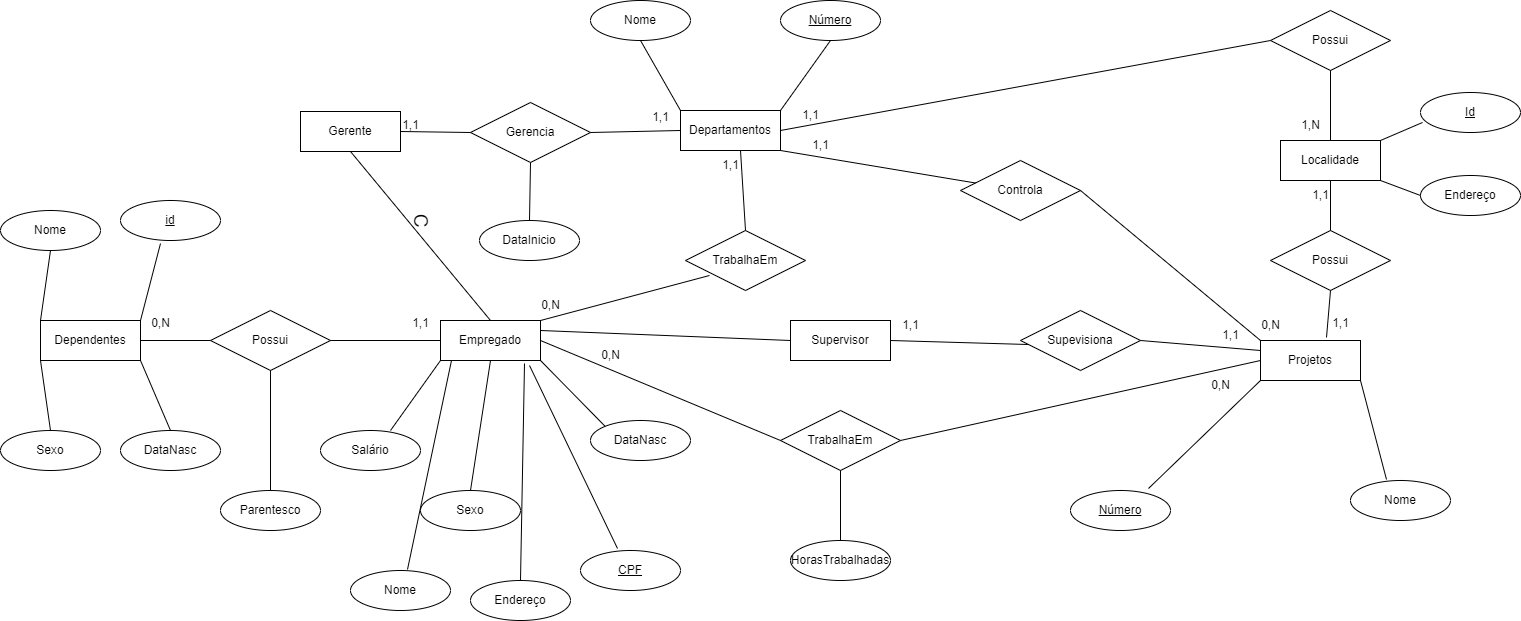
The draw.io diagram ativ-Company-BD01.drawio.png in mateusfaissal/modelagens-BD, before a commit. Source tidied: cells renumbered, new cells last; positions are measured from the earlier drawing's top-left corner, leaving out a move shared by most shapes.
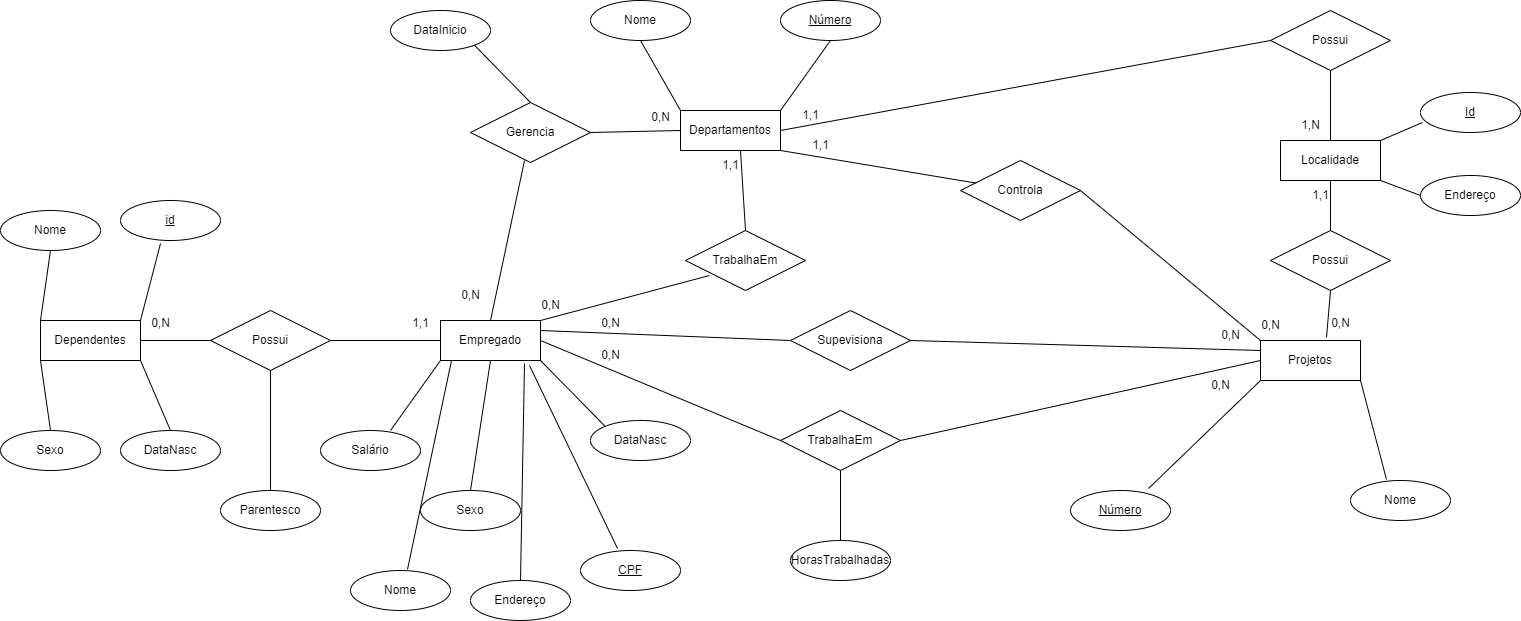
The same diagram one commit later.

What changed in the source:
```diff
@@ -152,23 +152,17 @@
     <mxCell id="49" value="Gerencia" style="shape=rhombus;perimeter=rhombusPerimeter;whiteSpace=wrap;html=1;align=center;" parent="1" vertex="1">
       <mxGeometry x="470" y="102" width="120" height="60" as="geometry" />
     </mxCell>
-    <mxCell id="50" value="Gerente" style="whiteSpace=wrap;html=1;align=center;" parent="1" vertex="1">
-      <mxGeometry x="300" y="111" width="100" height="40" as="geometry" />
-    </mxCell>
-    <mxCell id="51" style="endArrow=none;html=1;rounded=0;exitX=0.5;exitY=1;exitDx=0;exitDy=0;entryX=0.5;entryY=0;entryDx=0;entryDy=0;" parent="1" edge="1" source="50" target="7">
+    <mxCell id="51" style="endArrow=none;html=1;rounded=0;exitX=0.45;exitY=0.967;exitDx=0;exitDy=0;entryX=0.5;entryY=0;entryDx=0;entryDy=0;exitPerimeter=0;" parent="1" edge="1" source="49" target="7">
       <mxGeometry relative="1" as="geometry" />
     </mxCell>
-    <mxCell id="52" style="endArrow=none;html=1;rounded=0;exitX=1;exitY=0.5;exitDx=0;exitDy=0;entryX=0;entryY=0.5;entryDx=0;entryDy=0;" parent="1" edge="1" source="50" target="49">
-      <mxGeometry relative="1" as="geometry" />
-    </mxCell>
     <mxCell id="53" style="endArrow=none;html=1;rounded=0;exitX=1;exitY=0.5;exitDx=0;exitDy=0;entryX=0;entryY=0.5;entryDx=0;entryDy=0;" parent="1" edge="1" source="49" target="21">
       <mxGeometry relative="1" as="geometry" />
     </mxCell>
-    <mxCell id="54" style="endArrow=none;html=1;rounded=0;entryX=0.5;entryY=1;entryDx=0;entryDy=0;exitX=0.5;exitY=0;exitDx=0;exitDy=0;" parent="1" edge="1" source="55" target="49">
+    <mxCell id="54" style="endArrow=none;html=1;rounded=0;entryX=0.5;entryY=0;entryDx=0;entryDy=0;exitX=0.5;exitY=0;exitDx=0;exitDy=0;" parent="1" edge="1" source="55" target="49">
       <mxGeometry relative="1" as="geometry" />
     </mxCell>
     <mxCell id="55" value="DataInicio" style="ellipse;whiteSpace=wrap;html=1;align=center;" parent="1" vertex="1">
-      <mxGeometry x="479" y="220" width="100" height="40" as="geometry" />
+      <mxGeometry x="390" y="10" width="100" height="40" as="geometry" />
     </mxCell>
     <mxCell id="56" value="Controla" style="shape=rhombus;perimeter=rhombusPerimeter;whiteSpace=wrap;html=1;align=center;" parent="1" vertex="1">
       <mxGeometry x="960" y="160" width="120" height="60" as="geometry" />
@@ -203,27 +197,26 @@
     <mxCell id="66" style="endArrow=none;html=1;rounded=0;exitX=0.6;exitY=1;exitDx=0;exitDy=0;entryX=0.5;entryY=0;entryDx=0;entryDy=0;exitPerimeter=0;" parent="1" edge="1" source="21" target="64">
       <mxGeometry relative="1" as="geometry" />
     </mxCell>
-    <mxCell id="67" value="Supervisor" style="whiteSpace=wrap;html=1;align=center;" parent="1" vertex="1">
-      <mxGeometry x="790" y="320" width="100" height="40" as="geometry" />
-    </mxCell>
-    <mxCell id="68" style="endArrow=none;html=1;rounded=0;exitX=0;exitY=0.5;exitDx=0;exitDy=0;entryX=1;entryY=0.25;entryDx=0;entryDy=0;" parent="1" edge="1" source="67" target="7">
-      <mxGeometry relative="1" as="geometry" />
+    <mxCell id="68" style="endArrow=none;html=1;rounded=0;exitX=0;exitY=0.5;exitDx=0;exitDy=0;entryX=1;entryY=0.25;entryDx=0;entryDy=0;" parent="1" edge="1" target="7">
+      <mxGeometry relative="1" as="geometry">
+        <mxPoint x="790" y="340" as="sourcePoint" />
+      </mxGeometry>
     </mxCell>
-    <mxCell id="69" style="endArrow=none;html=1;rounded=0;exitX=1;exitY=0.5;exitDx=0;exitDy=0;entryX=0.067;entryY=0.567;entryDx=0;entryDy=0;entryPerimeter=0;" parent="1" edge="1" source="67" target="70">
-      <mxGeometry relative="1" as="geometry" />
+    <mxCell id="69" style="endArrow=none;html=1;rounded=0;exitX=1;exitY=0.5;exitDx=0;exitDy=0;entryX=0.067;entryY=0.567;entryDx=0;entryDy=0;entryPerimeter=0;" parent="1" edge="1" target="70">
+      <mxGeometry relative="1" as="geometry">
+        <mxPoint x="890" y="340" as="sourcePoint" />
+      </mxGeometry>
     </mxCell>
     <mxCell id="70" value="Supevisiona" style="shape=rhombus;perimeter=rhombusPerimeter;whiteSpace=wrap;html=1;align=center;" parent="1" vertex="1">
-      <mxGeometry x="1020" y="310" width="120" height="60" as="geometry" />
+      <mxGeometry x="790" y="310" width="120" height="60" as="geometry" />
     </mxCell>
-    <mxCell id="71" style="endArrow=none;html=1;rounded=0;entryX=0;entryY=0.25;entryDx=0;entryDy=0;" parent="1" edge="1" target="20">
-      <mxGeometry relative="1" as="geometry">
-        <mxPoint x="1140" y="340" as="sourcePoint" />
-      </mxGeometry>
+    <mxCell id="71" style="endArrow=none;html=1;rounded=0;entryX=0;entryY=0.25;entryDx=0;entryDy=0;exitX=1;exitY=0.5;exitDx=0;exitDy=0;" parent="1" edge="1" source="70" target="20">
+      <mxGeometry relative="1" as="geometry" />
     </mxCell>
-    <mxCell id="72" value="1,1" style="text;html=1;align=center;verticalAlign=middle;strokeColor=none;fillColor=none;" parent="1" vertex="1">
-      <mxGeometry x="390" y="110" width="40" height="30" as="geometry" />
+    <mxCell id="72" value="0,N" style="text;html=1;align=center;verticalAlign=middle;strokeColor=none;fillColor=none;" parent="1" vertex="1">
+      <mxGeometry x="450" y="280" width="40" height="30" as="geometry" />
     </mxCell>
-    <mxCell id="73" value="1,1" style="text;html=1;align=center;verticalAlign=middle;strokeColor=none;fillColor=none;" parent="1" vertex="1">
+    <mxCell id="73" value="0,N" style="text;html=1;align=center;verticalAlign=middle;strokeColor=none;fillColor=none;" parent="1" vertex="1">
       <mxGeometry x="640" y="102" width="40" height="30" as="geometry" />
     </mxCell>
     <mxCell id="74" value="1,1" style="text;html=1;align=center;verticalAlign=middle;strokeColor=none;fillColor=none;" parent="1" vertex="1">
@@ -250,16 +243,16 @@
     <mxCell id="81" value="1,1" style="text;html=1;align=center;verticalAlign=middle;strokeColor=none;fillColor=none;" parent="1" vertex="1">
       <mxGeometry x="790" y="100" width="40" height="30" as="geometry" />
     </mxCell>
-    <mxCell id="82" value="1,1" style="text;html=1;align=center;verticalAlign=middle;strokeColor=none;fillColor=none;" parent="1" vertex="1">
-      <mxGeometry x="890" y="310" width="40" height="30" as="geometry" />
+    <mxCell id="82" value="0,N" style="text;html=1;align=center;verticalAlign=middle;strokeColor=none;fillColor=none;" parent="1" vertex="1">
+      <mxGeometry x="590" y="308" width="40" height="30" as="geometry" />
     </mxCell>
-    <mxCell id="83" value="1,1" style="text;html=1;align=center;verticalAlign=middle;strokeColor=none;fillColor=none;" parent="1" vertex="1">
+    <mxCell id="83" value="0,N" style="text;html=1;align=center;verticalAlign=middle;strokeColor=none;fillColor=none;" parent="1" vertex="1">
       <mxGeometry x="1210" y="320" width="40" height="30" as="geometry" />
     </mxCell>
     <mxCell id="84" value="1,1" style="text;html=1;align=center;verticalAlign=middle;strokeColor=none;fillColor=none;" parent="1" vertex="1">
       <mxGeometry x="1300" y="180" width="40" height="30" as="geometry" />
     </mxCell>
-    <mxCell id="85" value="1,1" style="text;html=1;align=center;verticalAlign=middle;strokeColor=none;fillColor=none;" parent="1" vertex="1">
+    <mxCell id="85" value="0,N" style="text;html=1;align=center;verticalAlign=middle;strokeColor=none;fillColor=none;" parent="1" vertex="1">
       <mxGeometry x="1320" y="308" width="40" height="30" as="geometry" />
     </mxCell>
     <mxCell id="86" value="&lt;u&gt;Id&lt;/u&gt;" style="ellipse;whiteSpace=wrap;html=1;align=center;" parent="1" vertex="1">
@@ -274,8 +267,5 @@
     <mxCell id="89" style="endArrow=none;html=1;rounded=0;exitX=1;exitY=0;exitDx=0;exitDy=0;entryX=0.02;entryY=0.75;entryDx=0;entryDy=0;entryPerimeter=0;" parent="1" edge="1" source="42" target="86">
       <mxGeometry relative="1" as="geometry" />
     </mxCell>
-    <mxCell id="90" value="&lt;font style=&quot;font-size: 19px;&quot;&gt;C&lt;/font&gt;" style="text;html=1;align=center;verticalAlign=middle;strokeColor=none;fillColor=none;rotation=90;fontSize=19;" parent="1" vertex="1">
-      <mxGeometry x="400" y="200" width="40" height="40" as="geometry" />
-    </mxCell>
   </root>
 </mxGraphModel>
```
